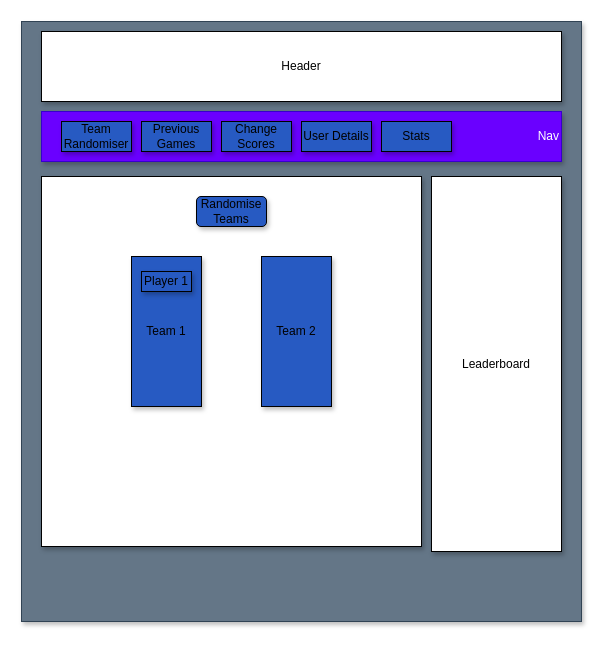
Simon2591990/Leaderboard-app keeps this draw.io diagram as page "Play Match" (1 of 2) of rough_plan.drawio. Above is the earlier version. Source tidied: cells renumbered, new cells numbered last; positions are measured from the earlier drawing's top-left corner, leaving out a move shared by most shapes. Both pictures are drawn from the tidied source at 100%, with x=0, y=0 at pixel (21, 21).
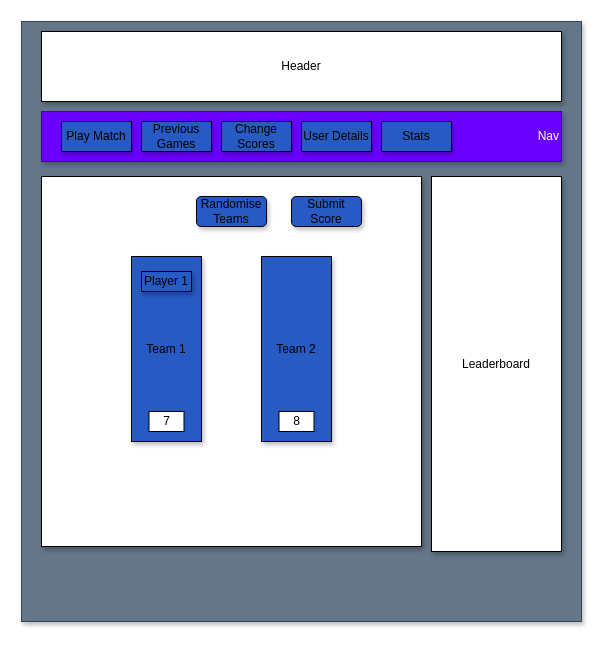
Above is the later version.

Commit message (it also covers changes not shown here):
initial component planning

What changed in the source:
```diff
@@
 <mxGraphModel>
   <root>
     <mxCell id="0" />
     <mxCell id="1" parent="0" />
     <mxCell id="2" style="rounded=0;whiteSpace=wrap;html=1;fillColor=#647687;strokeColor=#314354;fontColor=#ffffff;shadow=1;" parent="1" vertex="1">
       <mxGeometry width="560" height="600" as="geometry" />
     </mxCell>
     <mxCell id="3" value="Header" style="rounded=0;whiteSpace=wrap;html=1;shadow=1;" parent="1" vertex="1">
       <mxGeometry x="20" y="10" width="520" height="70" as="geometry" />
     </mxCell>
     <mxCell id="4" value="Leaderboard" style="rounded=0;whiteSpace=wrap;html=1;shadow=1;align=center;" parent="1" vertex="1">
       <mxGeometry x="410" y="155" width="130" height="375" as="geometry" />
     </mxCell>
     <mxCell id="5" style="rounded=0;whiteSpace=wrap;html=1;shadow=1;" parent="1" vertex="1">
       <mxGeometry x="20" y="155" width="380" height="370" as="geometry" />
     </mxCell>
     <mxCell id="6" value="Randomise Teams" style="rounded=1;whiteSpace=wrap;html=1;shadow=1;fillColor=#275AC2;" parent="1" vertex="1">
       <mxGeometry x="175" y="175" width="70" height="30" as="geometry" />
     </mxCell>
     <mxCell id="7" value="Team 1" style="rounded=0;whiteSpace=wrap;html=1;shadow=1;fillColor=#275AC2;" parent="1" vertex="1">
-      <mxGeometry x="110" y="235" width="70" height="150" as="geometry" />
+      <mxGeometry x="110" y="235" width="70" height="185" as="geometry" />
     </mxCell>
     <mxCell id="8" value="Team 2" style="rounded=0;whiteSpace=wrap;html=1;shadow=1;fillColor=#275AC2;" parent="1" vertex="1">
-      <mxGeometry x="240" y="235" width="70" height="150" as="geometry" />
+      <mxGeometry x="240" y="235" width="70" height="185" as="geometry" />
     </mxCell>
     <mxCell id="9" value="Nav" style="rounded=0;whiteSpace=wrap;html=1;shadow=1;fillColor=#6a00ff;align=right;strokeColor=#3700CC;fontColor=#ffffff;" parent="1" vertex="1">
       <mxGeometry x="20" y="90" width="520" height="50" as="geometry" />
     </mxCell>
-    <mxCell id="10" value="Team Randomiser" style="rounded=0;whiteSpace=wrap;html=1;shadow=1;fillColor=#275AC2;fontStyle=0;" parent="1" vertex="1">
+    <mxCell id="10" value="Play Match" style="rounded=0;whiteSpace=wrap;html=1;shadow=1;fillColor=#275AC2;fontStyle=0;" parent="1" vertex="1">
       <mxGeometry x="40" y="100" width="70" height="30" as="geometry" />
     </mxCell>
     <mxCell id="11" value="Previous Games" style="rounded=0;whiteSpace=wrap;html=1;shadow=1;fillColor=#275AC2;" parent="1" vertex="1">
       <mxGeometry x="120" y="100" width="70" height="30" as="geometry" />
     </mxCell>
     <mxCell id="12" value="Change Scores" style="rounded=0;whiteSpace=wrap;html=1;shadow=1;fillColor=#275AC2;" parent="1" vertex="1">
       <mxGeometry x="200" y="100" width="70" height="30" as="geometry" />
     </mxCell>
     <mxCell id="13" value="Player 1" style="rounded=0;whiteSpace=wrap;html=1;shadow=1;fillColor=#275AC2;" parent="1" vertex="1">
       <mxGeometry x="120" y="250" width="50" height="20" as="geometry" />
     </mxCell>
     <mxCell id="14" value="User Details" style="rounded=0;whiteSpace=wrap;html=1;shadow=1;fillColor=#275AC2;" parent="1" vertex="1">
       <mxGeometry x="280" y="100" width="70" height="30" as="geometry" />
     </mxCell>
     <mxCell id="15" value="Stats" style="rounded=0;whiteSpace=wrap;html=1;shadow=1;fillColor=#275AC2;" parent="1" vertex="1">
       <mxGeometry x="360" y="100" width="70" height="30" as="geometry" />
     </mxCell>
+    <mxCell id="16" value="Submit Score" style="rounded=1;whiteSpace=wrap;html=1;shadow=1;fillColor=#275AC2;" parent="1" vertex="1">
+      <mxGeometry x="270" y="175" width="70" height="30" as="geometry" />
+    </mxCell>
+    <mxCell id="17" value="7" style="rounded=0;whiteSpace=wrap;html=1;" parent="1" vertex="1">
+      <mxGeometry x="127.5" y="390" width="35" height="20" as="geometry" />
+    </mxCell>
+    <mxCell id="18" value="8" style="rounded=0;whiteSpace=wrap;html=1;" parent="1" vertex="1">
+      <mxGeometry x="257.5" y="390" width="35" height="20" as="geometry" />
+    </mxCell>
   </root>
 </mxGraphModel>
```
